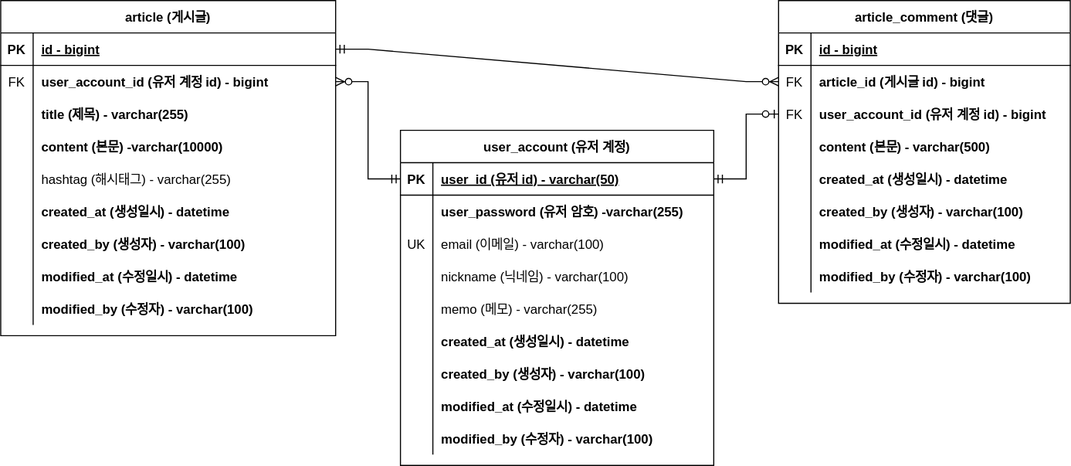
This is board/docs/board-erd.svg from haerong22/Study, a draw.io export, as it was before one commit. Source tidied: cells renumbered, new cells last; positions are measured from the earlier drawing's top-left corner, leaving out a move shared by most shapes.
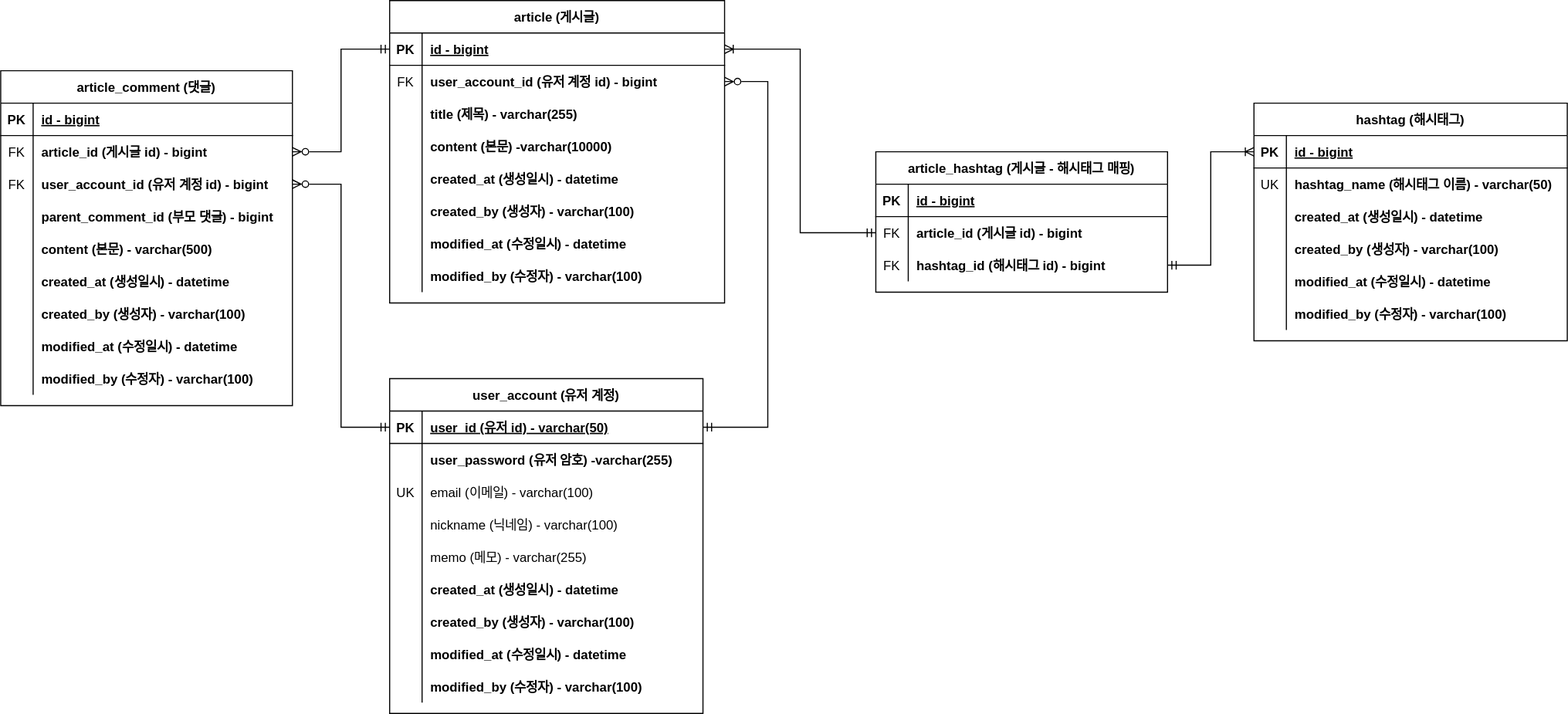
Later version of the same file.

Commit message:
#16 board: update erd

Diff of the diagram source:
```diff
@@ -3,7 +3,7 @@
     <mxCell id="0" />
     <mxCell id="1" parent="0" />
     <mxCell id="2" value="article (게시글)" style="shape=table;startSize=30;rowLines=0;fontStyle=1;align=center;" parent="1" vertex="1">
-      <mxGeometry width="310" height="310" as="geometry" />
+      <mxGeometry x="-50" y="-40" width="310" height="280" as="geometry" />
     </mxCell>
     <mxCell id="3" style="shape=partialRectangle;fillColor=none;points=[[0,0.5],[1,0.5]];portConstraint=eastwest;top=0;left=0;right=0;bottom=1;" parent="2" vertex="1">
       <mxGeometry y="30" width="310" height="30" as="geometry" />
@@ -41,17 +41,8 @@
     <mxCell id="14" value="content (본문) -varchar(10000)" style="shape=partialRectangle;overflow=hidden;fillColor=none;top=0;left=0;bottom=0;right=0;align=left;spacingLeft=6;fontStyle=1;" parent="12" vertex="1">
       <mxGeometry x="30" width="280" height="30" as="geometry" />
     </mxCell>
-    <mxCell id="15" style="shape=partialRectangle;fillColor=none;top=0;left=0;right=0;bottom=0;" parent="2" vertex="1">
-      <mxGeometry y="150" width="310" height="30" as="geometry" />
-    </mxCell>
-    <mxCell id="16" style="shape=partialRectangle;overflow=hidden;fillColor=none;top=0;left=0;bottom=0;right=0;" parent="15" vertex="1">
-      <mxGeometry width="30" height="30" as="geometry" />
-    </mxCell>
-    <mxCell id="17" value="hashtag (해시태그) - varchar(255)" style="shape=partialRectangle;overflow=hidden;fillColor=none;top=0;left=0;bottom=0;right=0;align=left;spacingLeft=6;" parent="15" vertex="1">
-      <mxGeometry x="30" width="280" height="30" as="geometry" />
-    </mxCell>
     <mxCell id="18" style="shape=partialRectangle;fillColor=none;top=0;left=0;right=0;bottom=0;" parent="2" vertex="1">
-      <mxGeometry y="180" width="310" height="30" as="geometry" />
+      <mxGeometry y="150" width="310" height="30" as="geometry" />
     </mxCell>
     <mxCell id="19" style="shape=partialRectangle;overflow=hidden;fillColor=none;top=0;left=0;bottom=0;right=0;" parent="18" vertex="1">
       <mxGeometry width="30" height="30" as="geometry" />
@@ -60,7 +51,7 @@
       <mxGeometry x="30" width="280" height="30" as="geometry" />
     </mxCell>
     <mxCell id="21" style="shape=partialRectangle;fillColor=none;top=0;left=0;right=0;bottom=0;" parent="2" vertex="1">
-      <mxGeometry y="210" width="310" height="30" as="geometry" />
+      <mxGeometry y="180" width="310" height="30" as="geometry" />
     </mxCell>
     <mxCell id="22" style="shape=partialRectangle;overflow=hidden;fillColor=none;top=0;left=0;bottom=0;right=0;" parent="21" vertex="1">
       <mxGeometry width="30" height="30" as="geometry" />
@@ -69,7 +60,7 @@
       <mxGeometry x="30" width="280" height="30" as="geometry" />
     </mxCell>
     <mxCell id="24" style="shape=partialRectangle;fillColor=none;top=0;left=0;right=0;bottom=0;" parent="2" vertex="1">
-      <mxGeometry y="240" width="310" height="30" as="geometry" />
+      <mxGeometry y="210" width="310" height="30" as="geometry" />
     </mxCell>
     <mxCell id="25" style="shape=partialRectangle;overflow=hidden;fillColor=none;top=0;left=0;bottom=0;right=0;" parent="24" vertex="1">
       <mxGeometry width="30" height="30" as="geometry" />
@@ -78,7 +69,7 @@
       <mxGeometry x="30" width="280" height="30" as="geometry" />
     </mxCell>
     <mxCell id="27" style="shape=partialRectangle;fillColor=none;top=0;left=0;right=0;bottom=0;" parent="2" vertex="1">
-      <mxGeometry y="270" width="310" height="30" as="geometry" />
+      <mxGeometry y="240" width="310" height="30" as="geometry" />
     </mxCell>
     <mxCell id="28" style="shape=partialRectangle;overflow=hidden;fillColor=none;top=0;left=0;bottom=0;right=0;" parent="27" vertex="1">
       <mxGeometry width="30" height="30" as="geometry" />
@@ -87,7 +78,7 @@
       <mxGeometry x="30" width="280" height="30" as="geometry" />
     </mxCell>
     <mxCell id="30" value="article_comment (댓글)" style="shape=table;startSize=30;rowLines=0;fontStyle=1;align=center;" parent="1" vertex="1">
-      <mxGeometry x="720" width="270" height="280" as="geometry" />
+      <mxGeometry x="-410" y="25" width="270" height="310" as="geometry" />
     </mxCell>
     <mxCell id="31" style="shape=partialRectangle;fillColor=none;top=0;left=0;right=0;bottom=1;" parent="30" vertex="1">
       <mxGeometry y="30" width="270" height="30" as="geometry" />
@@ -116,8 +107,17 @@
     <mxCell id="39" value="user_account_id (유저 계정 id) - bigint" style="shape=partialRectangle;overflow=hidden;fillColor=none;top=0;left=0;bottom=0;right=0;align=left;spacingLeft=6;fontStyle=1;" parent="37" vertex="1">
       <mxGeometry x="30" width="240" height="30" as="geometry" />
     </mxCell>
+    <mxCell id="86" style="shape=partialRectangle;fillColor=none;top=0;left=0;right=0;bottom=0;" parent="30" vertex="1">
+      <mxGeometry y="120" width="270" height="30" as="geometry" />
+    </mxCell>
+    <mxCell id="87" style="shape=partialRectangle;overflow=hidden;fillColor=none;top=0;left=0;bottom=0;right=0;" parent="86" vertex="1">
+      <mxGeometry width="30" height="30" as="geometry" />
+    </mxCell>
+    <mxCell id="88" value="parent_comment_id (부모 댓글) - bigint" style="shape=partialRectangle;overflow=hidden;fillColor=none;top=0;left=0;bottom=0;right=0;align=left;spacingLeft=6;fontStyle=1;" parent="86" vertex="1">
+      <mxGeometry x="30" width="240" height="30" as="geometry" />
+    </mxCell>
     <mxCell id="40" style="shape=partialRectangle;fillColor=none;top=0;left=0;right=0;bottom=0;" parent="30" vertex="1">
-      <mxGeometry y="120" width="270" height="30" as="geometry" />
+      <mxGeometry y="150" width="270" height="30" as="geometry" />
     </mxCell>
     <mxCell id="41" style="shape=partialRectangle;overflow=hidden;fillColor=none;top=0;left=0;bottom=0;right=0;" parent="40" vertex="1">
       <mxGeometry width="30" height="30" as="geometry" />
@@ -126,7 +126,7 @@
       <mxGeometry x="30" width="240" height="30" as="geometry" />
     </mxCell>
     <mxCell id="43" style="shape=partialRectangle;fillColor=none;top=0;left=0;right=0;bottom=0;" parent="30" vertex="1">
-      <mxGeometry y="150" width="270" height="30" as="geometry" />
+      <mxGeometry y="180" width="270" height="30" as="geometry" />
     </mxCell>
     <mxCell id="44" style="shape=partialRectangle;overflow=hidden;fillColor=none;top=0;left=0;bottom=0;right=0;" parent="43" vertex="1">
       <mxGeometry width="30" height="30" as="geometry" />
@@ -135,7 +135,7 @@
       <mxGeometry x="30" width="240" height="30" as="geometry" />
     </mxCell>
     <mxCell id="46" style="shape=partialRectangle;fillColor=none;top=0;left=0;right=0;bottom=0;" parent="30" vertex="1">
-      <mxGeometry y="180" width="270" height="30" as="geometry" />
+      <mxGeometry y="210" width="270" height="30" as="geometry" />
     </mxCell>
     <mxCell id="47" style="shape=partialRectangle;overflow=hidden;fillColor=none;top=0;left=0;bottom=0;right=0;" parent="46" vertex="1">
       <mxGeometry width="30" height="30" as="geometry" />
@@ -144,7 +144,7 @@
       <mxGeometry x="30" width="240" height="30" as="geometry" />
     </mxCell>
     <mxCell id="49" style="shape=partialRectangle;fillColor=none;top=0;left=0;right=0;bottom=0;" parent="30" vertex="1">
-      <mxGeometry y="210" width="270" height="30" as="geometry" />
+      <mxGeometry y="240" width="270" height="30" as="geometry" />
     </mxCell>
     <mxCell id="50" style="shape=partialRectangle;overflow=hidden;fillColor=none;top=0;left=0;bottom=0;right=0;" parent="49" vertex="1">
       <mxGeometry width="30" height="30" as="geometry" />
@@ -153,7 +153,7 @@
       <mxGeometry x="30" width="240" height="30" as="geometry" />
     </mxCell>
     <mxCell id="52" style="shape=partialRectangle;fillColor=none;top=0;left=0;right=0;bottom=0;" parent="30" vertex="1">
-      <mxGeometry y="240" width="270" height="30" as="geometry" />
+      <mxGeometry y="270" width="270" height="30" as="geometry" />
     </mxCell>
     <mxCell id="53" style="shape=partialRectangle;overflow=hidden;fillColor=none;top=0;left=0;bottom=0;right=0;" parent="52" vertex="1">
       <mxGeometry width="30" height="30" as="geometry" />
@@ -161,11 +161,8 @@
     <mxCell id="54" value="modified_by (수정자) - varchar(100)" style="shape=partialRectangle;overflow=hidden;fillColor=none;top=0;left=0;bottom=0;right=0;align=left;spacingLeft=6;fontStyle=1;" parent="52" vertex="1">
       <mxGeometry x="30" width="240" height="30" as="geometry" />
     </mxCell>
-    <mxCell id="55" style="edgeStyle=entityRelationEdgeStyle;fontSize=12;html=1;endArrow=ERzeroToMany;startArrow=ERmandOne;rounded=0;exitX=1;exitY=0.5;exitDx=0;exitDy=0;entryX=0;entryY=0.5;entryDx=0;entryDy=0;" parent="1" edge="1" source="3" target="34">
-      <mxGeometry relative="1" as="geometry" />
-    </mxCell>
     <mxCell id="56" value="user_account (유저 계정)" style="shape=table;startSize=30;rowLines=0;fontStyle=1;align=center;" parent="1" vertex="1">
-      <mxGeometry x="370" y="120" width="290" height="310" as="geometry" />
+      <mxGeometry x="-50" y="310" width="290" height="310" as="geometry" />
     </mxCell>
     <mxCell id="57" style="shape=partialRectangle;fillColor=none;points=[[0,0.5],[1,0.5]];portConstraint=eastwest;top=0;left=0;right=0;bottom=1;" parent="56" vertex="1">
       <mxGeometry y="30" width="290" height="30" as="geometry" />
@@ -248,11 +245,112 @@
     <mxCell id="83" value="modified_by (수정자) - varchar(100)" style="shape=partialRectangle;overflow=hidden;fillColor=none;top=0;left=0;bottom=0;right=0;align=left;spacingLeft=6;fontStyle=1;" parent="81" vertex="1">
       <mxGeometry x="30" width="260" height="30" as="geometry" />
     </mxCell>
+    <mxCell id="89" value="article_hashtag (게시글 - 해시태그 매핑)" style="shape=table;startSize=30;rowLines=0;fontStyle=1;align=center;" parent="1" vertex="1">
+      <mxGeometry x="400" y="100" width="270" height="130" as="geometry" />
+    </mxCell>
+    <mxCell id="90" style="shape=partialRectangle;fillColor=none;top=0;left=0;right=0;bottom=1;" parent="89" vertex="1">
+      <mxGeometry y="30" width="270" height="30" as="geometry" />
+    </mxCell>
+    <mxCell id="91" value="PK" style="shape=partialRectangle;overflow=hidden;fillColor=none;top=0;left=0;bottom=0;right=0;fontStyle=1;" parent="90" vertex="1">
+      <mxGeometry width="30" height="30" as="geometry" />
+    </mxCell>
+    <mxCell id="92" value="id - bigint" style="shape=partialRectangle;overflow=hidden;fillColor=none;top=0;left=0;bottom=0;right=0;align=left;spacingLeft=6;fontStyle=5;" parent="90" vertex="1">
+      <mxGeometry x="30" width="240" height="30" as="geometry" />
+    </mxCell>
+    <mxCell id="93" style="shape=partialRectangle;fillColor=none;points=[[0,0.5],[1,0.5]];portConstraint=eastwest;top=0;left=0;right=0;bottom=0;" parent="89" vertex="1">
+      <mxGeometry y="60" width="270" height="30" as="geometry" />
+    </mxCell>
+    <mxCell id="94" value="FK" style="shape=partialRectangle;overflow=hidden;fillColor=none;top=0;left=0;bottom=0;right=0;" parent="93" vertex="1">
+      <mxGeometry width="30" height="30" as="geometry" />
+    </mxCell>
+    <mxCell id="95" value="article_id (게시글 id) - bigint" style="shape=partialRectangle;overflow=hidden;fillColor=none;top=0;left=0;bottom=0;right=0;align=left;spacingLeft=6;fontStyle=1;" parent="93" vertex="1">
+      <mxGeometry x="30" width="240" height="30" as="geometry" />
+    </mxCell>
+    <mxCell id="96" style="shape=partialRectangle;fillColor=none;points=[[0,0.5],[1,0.5]];portConstraint=eastwest;top=0;left=0;right=0;bottom=0;" parent="89" vertex="1">
+      <mxGeometry y="90" width="270" height="30" as="geometry" />
+    </mxCell>
+    <mxCell id="97" value="FK" style="shape=partialRectangle;overflow=hidden;fillColor=none;top=0;left=0;bottom=0;right=0;" parent="96" vertex="1">
+      <mxGeometry width="30" height="30" as="geometry" />
+    </mxCell>
+    <mxCell id="98" value="hashtag_id (해시태그 id) - bigint" style="shape=partialRectangle;overflow=hidden;fillColor=none;top=0;left=0;bottom=0;right=0;align=left;spacingLeft=6;fontStyle=1;" parent="96" vertex="1">
+      <mxGeometry x="30" width="240" height="30" as="geometry" />
+    </mxCell>
+    <mxCell id="99" value="hashtag (해시태그)" style="shape=table;startSize=30;rowLines=0;fontStyle=1;align=center;" parent="1" vertex="1">
+      <mxGeometry x="750" y="55" width="290" height="220" as="geometry" />
+    </mxCell>
+    <mxCell id="100" style="shape=partialRectangle;fillColor=none;points=[[0,0.5],[1,0.5]];portConstraint=eastwest;top=0;left=0;right=0;bottom=1;" parent="99" vertex="1">
+      <mxGeometry y="30" width="290" height="30" as="geometry" />
+    </mxCell>
+    <mxCell id="101" value="PK" style="shape=partialRectangle;overflow=hidden;fillColor=none;top=0;left=0;bottom=0;right=0;fontStyle=1;" parent="100" vertex="1">
+      <mxGeometry width="30" height="30" as="geometry" />
+    </mxCell>
+    <mxCell id="102" value="id - bigint" style="shape=partialRectangle;overflow=hidden;fillColor=none;top=0;left=0;bottom=0;right=0;align=left;spacingLeft=6;fontStyle=5;" parent="100" vertex="1">
+      <mxGeometry x="30" width="260" height="30" as="geometry" />
+    </mxCell>
+    <mxCell id="103" style="shape=partialRectangle;fillColor=none;top=0;left=0;right=0;bottom=0;" parent="99" vertex="1">
+      <mxGeometry y="60" width="290" height="30" as="geometry" />
+    </mxCell>
+    <mxCell id="104" value="UK" style="shape=partialRectangle;overflow=hidden;fillColor=none;top=0;left=0;bottom=0;right=0;" parent="103" vertex="1">
+      <mxGeometry width="30" height="30" as="geometry" />
+    </mxCell>
+    <mxCell id="105" value="hashtag_name (해시태그 이름) - varchar(50)" style="shape=partialRectangle;overflow=hidden;fillColor=none;top=0;left=0;bottom=0;right=0;align=left;spacingLeft=6;fontStyle=1;" parent="103" vertex="1">
+      <mxGeometry x="30" width="260" height="30" as="geometry" />
+    </mxCell>
+    <mxCell id="106" style="shape=partialRectangle;fillColor=none;top=0;left=0;right=0;bottom=0;" parent="99" vertex="1">
+      <mxGeometry y="90" width="290" height="30" as="geometry" />
+    </mxCell>
+    <mxCell id="107" style="shape=partialRectangle;overflow=hidden;fillColor=none;top=0;left=0;bottom=0;right=0;" parent="106" vertex="1">
+      <mxGeometry width="30" height="30" as="geometry" />
+    </mxCell>
+    <mxCell id="108" value="created_at (생성일시) - datetime" style="shape=partialRectangle;overflow=hidden;fillColor=none;top=0;left=0;bottom=0;right=0;align=left;spacingLeft=6;fontStyle=1;" parent="106" vertex="1">
+      <mxGeometry x="30" width="260" height="30" as="geometry" />
+    </mxCell>
+    <mxCell id="109" style="shape=partialRectangle;fillColor=none;top=0;left=0;right=0;bottom=0;" parent="99" vertex="1">
+      <mxGeometry y="120" width="290" height="30" as="geometry" />
+    </mxCell>
+    <mxCell id="110" style="shape=partialRectangle;overflow=hidden;fillColor=none;top=0;left=0;bottom=0;right=0;" parent="109" vertex="1">
+      <mxGeometry width="30" height="30" as="geometry" />
+    </mxCell>
+    <mxCell id="111" value="created_by (생성자) - varchar(100)" style="shape=partialRectangle;overflow=hidden;fillColor=none;top=0;left=0;bottom=0;right=0;align=left;spacingLeft=6;fontStyle=1;" parent="109" vertex="1">
+      <mxGeometry x="30" width="260" height="30" as="geometry" />
+    </mxCell>
+    <mxCell id="112" style="shape=partialRectangle;fillColor=none;top=0;left=0;right=0;bottom=0;" parent="99" vertex="1">
+      <mxGeometry y="150" width="290" height="30" as="geometry" />
+    </mxCell>
+    <mxCell id="113" style="shape=partialRectangle;overflow=hidden;fillColor=none;top=0;left=0;bottom=0;right=0;" parent="112" vertex="1">
+      <mxGeometry width="30" height="30" as="geometry" />
+    </mxCell>
+    <mxCell id="114" value="modified_at (수정일시) - datetime" style="shape=partialRectangle;overflow=hidden;fillColor=none;top=0;left=0;bottom=0;right=0;align=left;spacingLeft=6;fontStyle=1;" parent="112" vertex="1">
+      <mxGeometry x="30" width="260" height="30" as="geometry" />
+    </mxCell>
+    <mxCell id="115" style="shape=partialRectangle;fillColor=none;top=0;left=0;right=0;bottom=0;" parent="99" vertex="1">
+      <mxGeometry y="180" width="290" height="30" as="geometry" />
+    </mxCell>
+    <mxCell id="116" style="shape=partialRectangle;overflow=hidden;fillColor=none;top=0;left=0;bottom=0;right=0;" parent="115" vertex="1">
+      <mxGeometry width="30" height="30" as="geometry" />
+    </mxCell>
+    <mxCell id="117" value="modified_by (수정자) - varchar(100)" style="shape=partialRectangle;overflow=hidden;fillColor=none;top=0;left=0;bottom=0;right=0;align=left;spacingLeft=6;fontStyle=1;" parent="115" vertex="1">
+      <mxGeometry x="30" width="260" height="30" as="geometry" />
+    </mxCell>
+    <mxCell id="118" style="edgeStyle=orthogonalEdgeStyle;rounded=0;jettySize=auto;html=1;strokeColor=default;endArrow=ERoneToMany;endFill=0;startArrow=ERmandOne;startFill=0;" parent="1" edge="1" source="96" target="100">
+      <mxGeometry relative="1" as="geometry" />
+    </mxCell>
+    <mxCell id="119" style="edgeStyle=orthogonalEdgeStyle;rounded=0;jettySize=auto;html=1;entryX=1;entryY=0.5;entryDx=0;entryDy=0;startArrow=ERmandOne;startFill=0;endArrow=ERoneToMany;endFill=0;strokeColor=default;" parent="1" edge="1" source="93" target="3">
+      <mxGeometry relative="1" as="geometry" />
+    </mxCell>
+    <mxCell id="55" style="edgeStyle=orthogonalEdgeStyle;rounded=0;jettySize=auto;html=1;entryX=1;entryY=0.5;entryDx=0;entryDy=0;startArrow=ERmandOne;startFill=0;endArrow=ERzeroToMany;endFill=0;strokeColor=default;" parent="1" edge="1" source="3" target="34">
+      <mxGeometry relative="1" as="geometry" />
+    </mxCell>
+    <mxCell id="85" style="edgeStyle=orthogonalEdgeStyle;rounded=0;jettySize=auto;html=1;entryX=1;entryY=0.5;entryDx=0;entryDy=0;startArrow=ERmandOne;startFill=0;endArrow=ERzeroToMany;endFill=0;strokeColor=default;" parent="1" edge="1" source="57" target="37">
+      <mxGeometry relative="1" as="geometry" />
+    </mxCell>
-    <mxCell id="84" style="edgeStyle=entityRelationEdgeStyle;fontSize=12;html=1;endArrow=ERzeroToMany;startArrow=ERmandOne;rounded=0;entryX=1;entryY=0.5;entryDx=0;entryDy=0;exitX=0;exitY=0.5;exitDx=0;exitDy=0;" parent="1" edge="1" source="57" target="6">
-      <mxGeometry relative="1" as="geometry" />
+    <mxCell id="84" style="edgeStyle=orthogonalEdgeStyle;rounded=0;jettySize=auto;html=1;entryX=1;entryY=0.5;entryDx=0;entryDy=0;startArrow=ERmandOne;startFill=0;endArrow=ERzeroToMany;endFill=0;strokeColor=default;" parent="1" edge="1" source="57" target="6">
+      <mxGeometry relative="1" as="geometry">
+        <Array as="points">
+          <mxPoint x="300" y="355" />
+          <mxPoint x="300" y="35" />
+        </Array>
+      </mxGeometry>
     </mxCell>
-    <mxCell id="85" style="edgeStyle=entityRelationEdgeStyle;fontSize=12;html=1;endArrow=ERzeroToOne;startArrow=ERmandOne;rounded=0;exitX=1;exitY=0.5;exitDx=0;exitDy=0;strokeColor=default;entryX=0;entryY=0.5;entryDx=0;entryDy=0;" parent="1" edge="1" source="57" target="37">
-      <mxGeometry relative="1" as="geometry" />
-    </mxCell>
   </root>
 </mxGraphModel>
```
